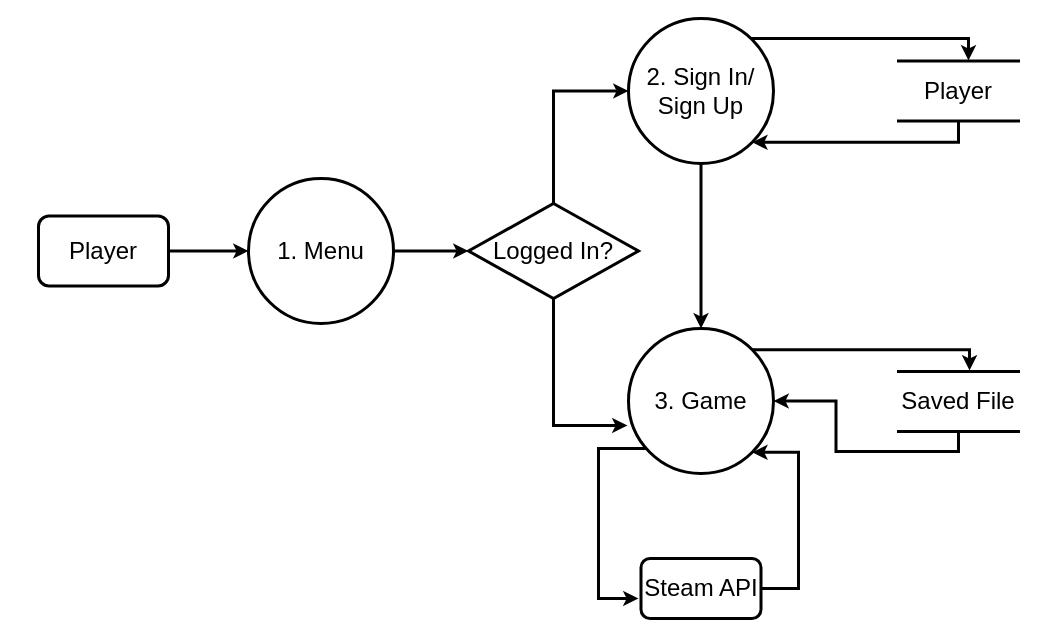
The draw.io diagram Pictures/dataflow/Level 1.drawio in FM-Man/SPL_2, before the edit. Source tidied: cells renumbered, new cells numbered last; positions are measured from the earlier drawing's top-left corner, leaving out a move shared by most shapes. Both pictures are drawn from the tidied source at 100%, with x=0, y=0 at pixel (38, 18).
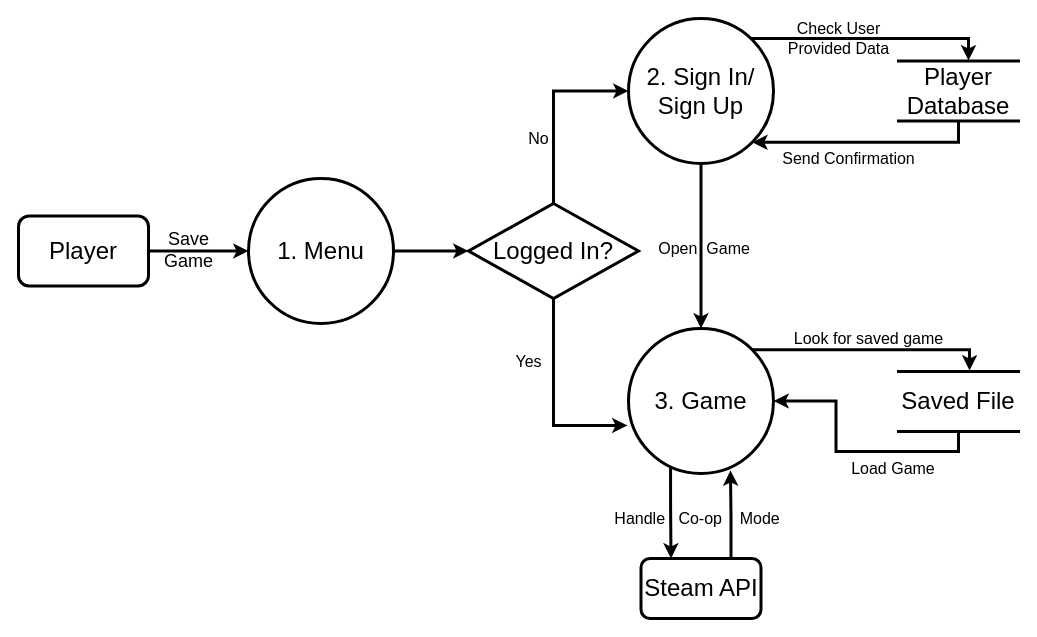
The same diagram, later.

The change refers to these unchanged cells:
```xml
<mxCell id="14" value="3. Game" style="ellipse;whiteSpace=wrap;html=1;fontSize=24;strokeWidth=3;" parent="1" vertex="1">
  <mxGeometry x="590" y="310" width="145" height="145" as="geometry" />
</mxCell>
<mxCell id="16" value="Steam API" style="rounded=1;whiteSpace=wrap;html=1;fontSize=24;strokeWidth=3;" parent="1" vertex="1">
  <mxGeometry x="602.5" y="540" width="120" height="60" as="geometry" />
</mxCell>
<mxCell id="17" style="edgeStyle=orthogonalEdgeStyle;rounded=0;jettySize=auto;html=1;entryX=1;entryY=1;entryDx=0;entryDy=0;fontSize=24;strokeWidth=3;exitX=0.5;exitY=1;exitDx=0;exitDy=0;" parent="1" edge="1" source="18" target="11">
  <mxGeometry relative="1" as="geometry" />
</mxCell>
```

Diff of the diagram source:
```diff
@@
     <mxCell id="3" value="&lt;font style=&quot;font-size: 24px&quot;&gt;Player&lt;/font&gt;" style="rounded=1;whiteSpace=wrap;html=1;strokeWidth=3;" parent="1" vertex="1">
-      <mxGeometry y="197.5" width="130" height="70" as="geometry" />
+      <mxGeometry x="-20" y="197.5" width="130" height="70" as="geometry" />
     </mxCell>
@@
-    <mxCell id="12" style="edgeStyle=orthogonalEdgeStyle;rounded=0;jettySize=auto;html=1;fontSize=24;strokeWidth=3;exitX=0;exitY=1;exitDx=0;exitDy=0;" parent="1" edge="1" source="14">
+    <mxCell id="12" style="edgeStyle=orthogonalEdgeStyle;rounded=0;jettySize=auto;html=1;fontSize=24;strokeWidth=3;exitX=0.29;exitY=0.958;exitDx=0;exitDy=0;entryX=0.25;entryY=0;entryDx=0;entryDy=0;exitPerimeter=0;" parent="1" edge="1" source="14" target="16">
       <mxGeometry relative="1" as="geometry">
-        <mxPoint x="600" y="580" as="targetPoint" />
         <Array as="points">
-          <mxPoint x="611" y="430" />
-          <mxPoint x="560" y="430" />
-          <mxPoint x="560" y="580" />
+          <mxPoint x="632" y="490" />
+          <mxPoint x="632" y="490" />
         </Array>
       </mxGeometry>
     </mxCell>
@@
-    <mxCell id="15" style="edgeStyle=orthogonalEdgeStyle;rounded=0;jettySize=auto;html=1;fontSize=24;strokeWidth=3;exitX=1;exitY=0.5;exitDx=0;exitDy=0;entryX=1;entryY=1;entryDx=0;entryDy=0;" parent="1" edge="1" source="16" target="14">
-      <mxGeometry relative="1" as="geometry">
-        <Array as="points">
-          <mxPoint x="760" y="570" />
-          <mxPoint x="760" y="434" />
-        </Array>
-      </mxGeometry>
+    <mxCell id="15" style="edgeStyle=orthogonalEdgeStyle;rounded=0;jettySize=auto;html=1;entryX=0.703;entryY=0.979;entryDx=0;entryDy=0;fontSize=16;strokeWidth=3;entryPerimeter=0;exitX=0.75;exitY=0;exitDx=0;exitDy=0;" parent="1" edge="1" source="16" target="14">
+      <mxGeometry relative="1" as="geometry" />
     </mxCell>
@@
+    <mxCell id="21" value="&lt;div&gt;Send Confirmation&lt;br&gt;&lt;/div&gt;" style="edgeLabel;html=1;align=center;verticalAlign=middle;fontSize=16;" parent="17" vertex="1">
+      <mxGeometry x="0.2" y="-2" relative="1" as="geometry">
+        <mxPoint x="5" y="18" as="offset" />
+      </mxGeometry>
+    </mxCell>
-    <mxCell id="18" value="Player" style="shape=partialRectangle;whiteSpace=wrap;html=1;left=0;right=0;fillColor=none;fontSize=24;strokeWidth=3;" parent="1" vertex="1">
+    <mxCell id="18" value="&lt;div&gt;Player&lt;/div&gt;&lt;div&gt;Database&lt;br&gt;&lt;/div&gt;" style="shape=partialRectangle;whiteSpace=wrap;html=1;left=0;right=0;fillColor=none;fontSize=24;strokeWidth=3;" parent="1" vertex="1">
       <mxGeometry x="860" y="42.5" width="120" height="60" as="geometry" />
     </mxCell>
@@
+    <mxCell id="22" value="&lt;div&gt;Save&lt;/div&gt;&lt;div&gt;Game&lt;br&gt;&lt;/div&gt;" style="text;html=1;align=center;verticalAlign=middle;strokeColor=none;fillColor=none;fontSize=18;" parent="1" vertex="1">
+      <mxGeometry x="120" y="207" width="60" height="50" as="geometry" />
+    </mxCell>
+    <mxCell id="23" value="No" style="text;html=1;align=center;verticalAlign=middle;strokeColor=none;fillColor=none;fontSize=16;" parent="1" vertex="1">
+      <mxGeometry x="480" y="110" width="40" height="20" as="geometry" />
+    </mxCell>
+    <mxCell id="24" value="Yes" style="text;html=1;align=center;verticalAlign=middle;strokeColor=none;fillColor=none;fontSize=16;" parent="1" vertex="1">
+      <mxGeometry x="470" y="333" width="40" height="20" as="geometry" />
+    </mxCell>
+    <mxCell id="25" value="Open&amp;nbsp; Game&amp;nbsp;&amp;nbsp; " style="text;html=1;align=center;verticalAlign=middle;strokeColor=none;fillColor=none;fontSize=16;" parent="1" vertex="1">
+      <mxGeometry x="610" y="220" width="120" height="20" as="geometry" />
+    </mxCell>
+    <mxCell id="26" value="&lt;div&gt;Check User &lt;br&gt;&lt;/div&gt;&lt;div&gt;Provided Data&lt;/div&gt;" style="text;html=1;align=center;verticalAlign=middle;strokeColor=none;fillColor=none;fontSize=16;" parent="1" vertex="1">
+      <mxGeometry x="740" width="120" height="40" as="geometry" />
+    </mxCell>
+    <mxCell id="27" value="Look for saved game" style="text;html=1;align=center;verticalAlign=middle;strokeColor=none;fillColor=none;fontSize=16;" parent="1" vertex="1">
+      <mxGeometry x="750" y="310" width="160" height="20" as="geometry" />
+    </mxCell>
+    <mxCell id="28" value="&amp;nbsp;&amp;nbsp;&amp;nbsp;&amp;nbsp;&amp;nbsp;&amp;nbsp;&amp;nbsp;&amp;nbsp;&amp;nbsp;&amp;nbsp;&amp;nbsp;&amp;nbsp;&amp;nbsp;&amp;nbsp;&amp;nbsp;&amp;nbsp;&amp;nbsp;&amp;nbsp;&amp;nbsp; Load Game" style="text;html=1;align=center;verticalAlign=middle;strokeColor=none;fillColor=none;fontSize=16;" parent="1" vertex="1">
+      <mxGeometry x="715" y="440" width="190" height="20" as="geometry" />
+    </mxCell>
+    <mxCell id="29" value="Handle &amp;nbsp; Co-op &amp;nbsp;&amp;nbsp; Mode&amp;nbsp;&amp;nbsp; " style="text;html=1;align=center;verticalAlign=middle;strokeColor=none;fillColor=none;fontSize=16;" parent="1" vertex="1">
+      <mxGeometry x="567.5" y="490" width="190" height="20" as="geometry" />
+    </mxCell>
```
